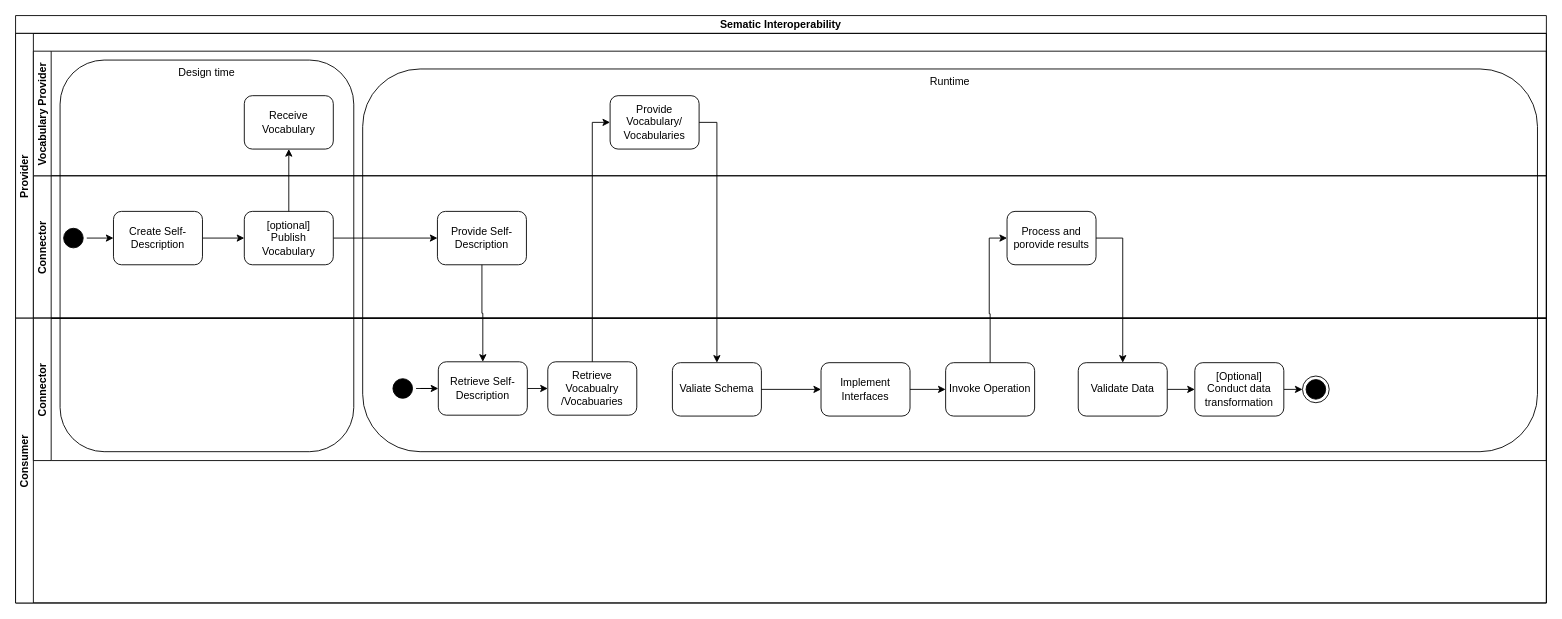
This is documentation/3_Layers_of_the_Reference_Architecture_Model/3_4_Process_Layer/media/semantic_interop_data-transfer.drawio from International-Data-Spaces-Association/IDS-RAM_4_0, a draw.io file, before an edit. Source tidied: cells renumbered, new cells numbered last; positions are measured from the earlier drawing's top-left corner, leaving out a move shared by most shapes. Both pictures are drawn from the tidied source at 89%, with x=0, y=0 at pixel (15, 15).
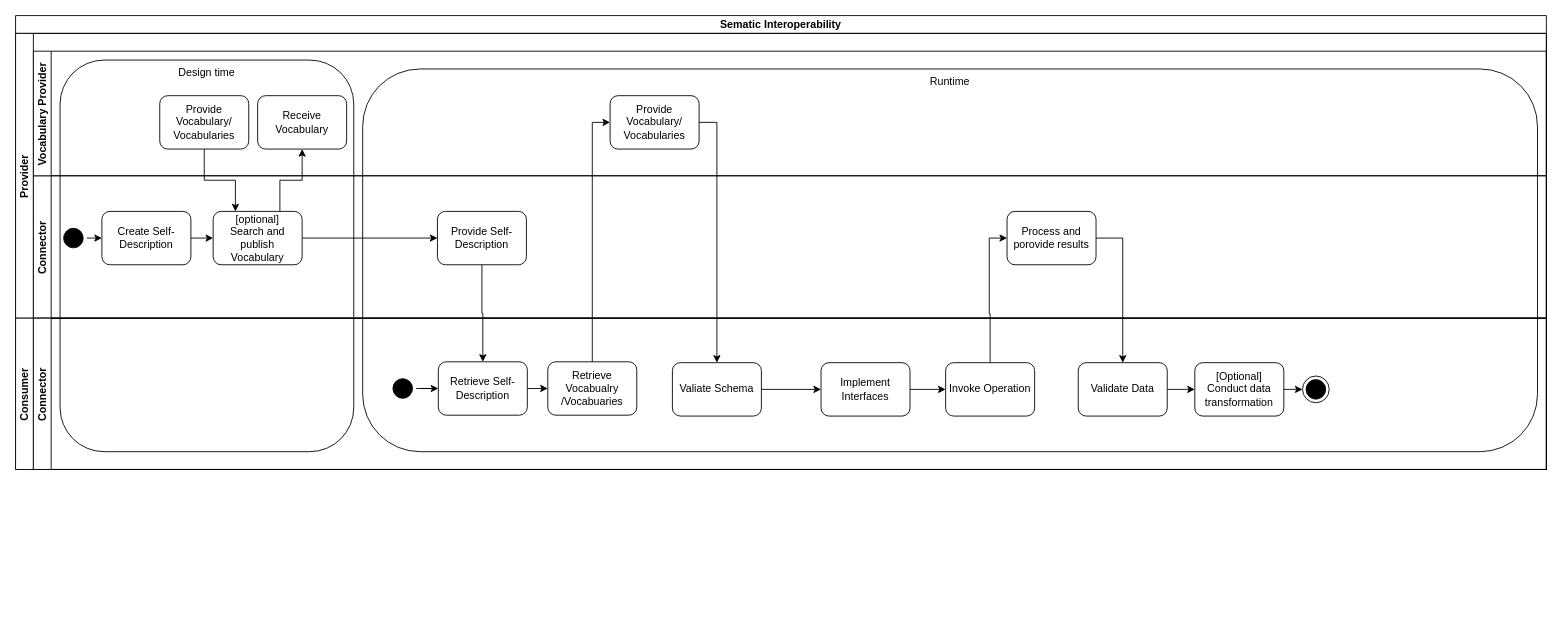
After the change.

Commit message (it also covers changes not shown here):
Updating figure semantic data transfer

The change refers to these unchanged cells:
```xml
<mxCell id="5" value="Provider" style="swimlane;startSize=20;horizontal=0;" parent="4" vertex="1">
  <mxGeometry y="20" width="1720" height="320" as="geometry" />
</mxCell>
<mxCell id="6" value="Connector" style="swimlane;startSize=20;horizontal=0;" parent="5" vertex="1">
  <mxGeometry x="20" y="160" width="1700" height="160" as="geometry" />
</mxCell>
<mxCell id="15" value="Vocabulary Provider" style="swimlane;startSize=20;horizontal=0;" parent="5" vertex="1">
  <mxGeometry x="20" y="20" width="1700" height="140" as="geometry" />
</mxCell>
```

What changed in the source:
```diff
@@
     <mxCell id="4" value="Sematic Interoperability" style="swimlane;horizontal=1;startSize=20;fontStyle=1;" parent="1" vertex="1">
-      <mxGeometry width="1720" height="660" as="geometry" />
+      <mxGeometry width="1720" height="510" as="geometry" />
     </mxCell>
@@
     <mxCell id="12" value="Create Self-Description" style="rounded=1;whiteSpace=wrap;html=1;strokeColor=default;" parent="6" vertex="1">
-      <mxGeometry x="90" y="40" width="100" height="60" as="geometry" />
+      <mxGeometry x="77" y="40" width="100" height="60" as="geometry" />
     </mxCell>
@@
-    <mxCell id="14" value="[optional]&lt;br&gt;Publish Vocabulary" style="rounded=1;whiteSpace=wrap;html=1;strokeColor=default;" parent="6" vertex="1">
-      <mxGeometry x="237" y="40" width="100" height="60" as="geometry" />
+    <mxCell id="14" value="[optional]&lt;br&gt;Search and publish Vocabulary" style="rounded=1;whiteSpace=wrap;html=1;strokeColor=default;" parent="6" vertex="1">
+      <mxGeometry x="202" y="40" width="100" height="60" as="geometry" />
     </mxCell>
@@
     <mxCell id="17" value="Receive Vocabulary" style="rounded=1;whiteSpace=wrap;html=1;strokeColor=default;" parent="15" vertex="1">
-      <mxGeometry x="237" y="50" width="100" height="60" as="geometry" />
+      <mxGeometry x="252" y="50" width="100" height="60" as="geometry" />
     </mxCell>
+    <mxCell id="42" value="Provide Vocabulary/ Vocabularies" style="rounded=1;whiteSpace=wrap;html=1;strokeColor=default;" parent="15" vertex="1">
+      <mxGeometry x="142" y="50" width="100" height="60" as="geometry" />
+    </mxCell>
-    <mxCell id="18" style="edgeStyle=orthogonalEdgeStyle;rounded=0;jettySize=auto;html=1;exitX=0.5;exitY=0;exitDx=0;exitDy=0;entryX=0.5;entryY=1;entryDx=0;entryDy=0;" parent="5" edge="1" source="14" target="17">
+    <mxCell id="18" style="edgeStyle=orthogonalEdgeStyle;rounded=0;jettySize=auto;html=1;exitX=0.75;exitY=0;exitDx=0;exitDy=0;entryX=0.5;entryY=1;entryDx=0;entryDy=0;" parent="5" edge="1" source="14" target="17">
       <mxGeometry relative="1" as="geometry" />
     </mxCell>
+    <mxCell id="43" style="edgeStyle=orthogonalEdgeStyle;rounded=0;jettySize=auto;html=1;exitX=0.5;exitY=1;exitDx=0;exitDy=0;entryX=0.25;entryY=0;entryDx=0;entryDy=0;" parent="5" edge="1" source="42" target="14">
+      <mxGeometry relative="1" as="geometry" />
+    </mxCell>
@@
     <mxCell id="20" value="Consumer" style="swimlane;startSize=20;horizontal=0;" parent="4" vertex="1">
-      <mxGeometry y="340" width="1720" height="320" as="geometry" />
+      <mxGeometry y="340" width="1720" height="170" as="geometry" />
     </mxCell>
     <mxCell id="21" value="Connector" style="swimlane;startSize=20;horizontal=0;" parent="20" vertex="1">
-      <mxGeometry x="20" width="1700" height="160" as="geometry" />
+      <mxGeometry x="20" width="1700" height="170" as="geometry" />
     </mxCell>
```
